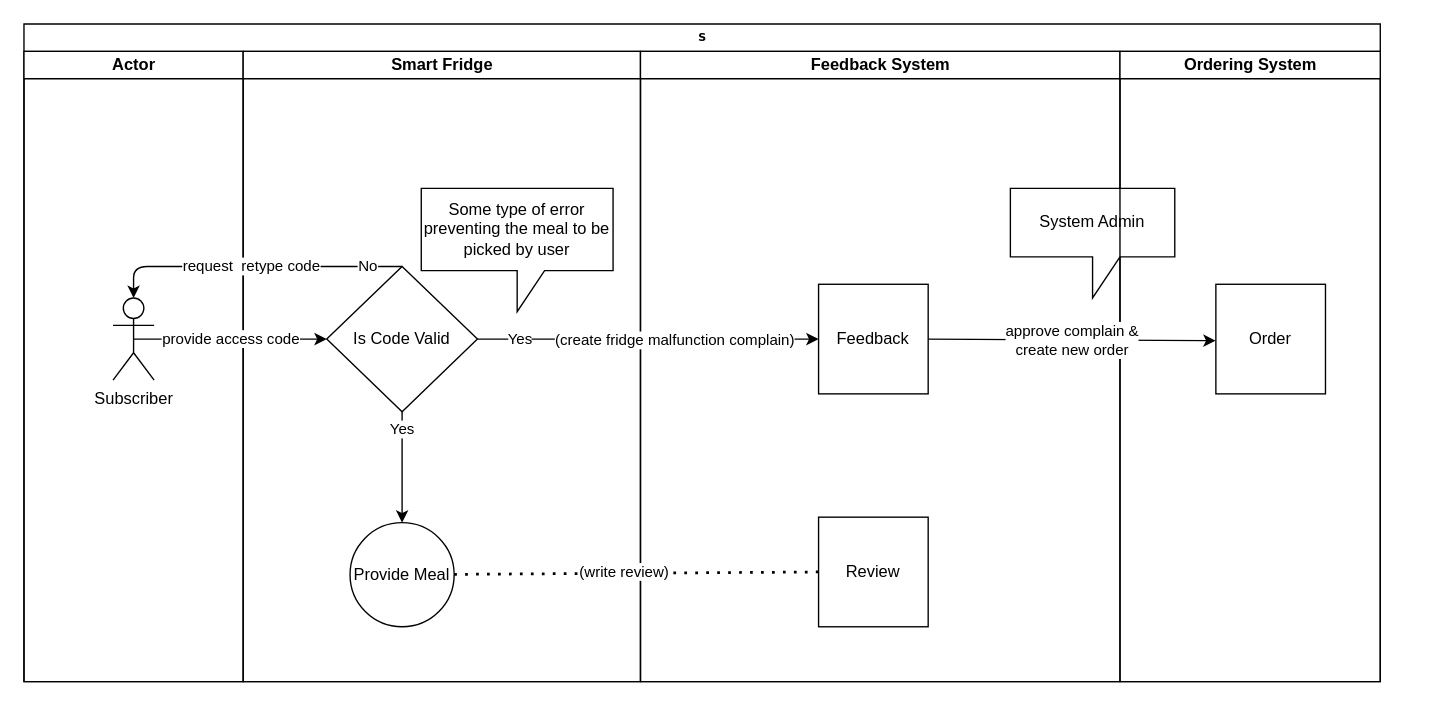
Before: img/user journey/Error - Subscriber.drawio in ldynia/archcolider, a draw.io diagram. Source tidied: cells renumbered, new cells numbered last; positions are measured from the earlier drawing's top-left corner, leaving out a move shared by most shapes. Both pictures are drawn from the tidied source at 137%, with x=0, y=0 at pixel (23, 23).
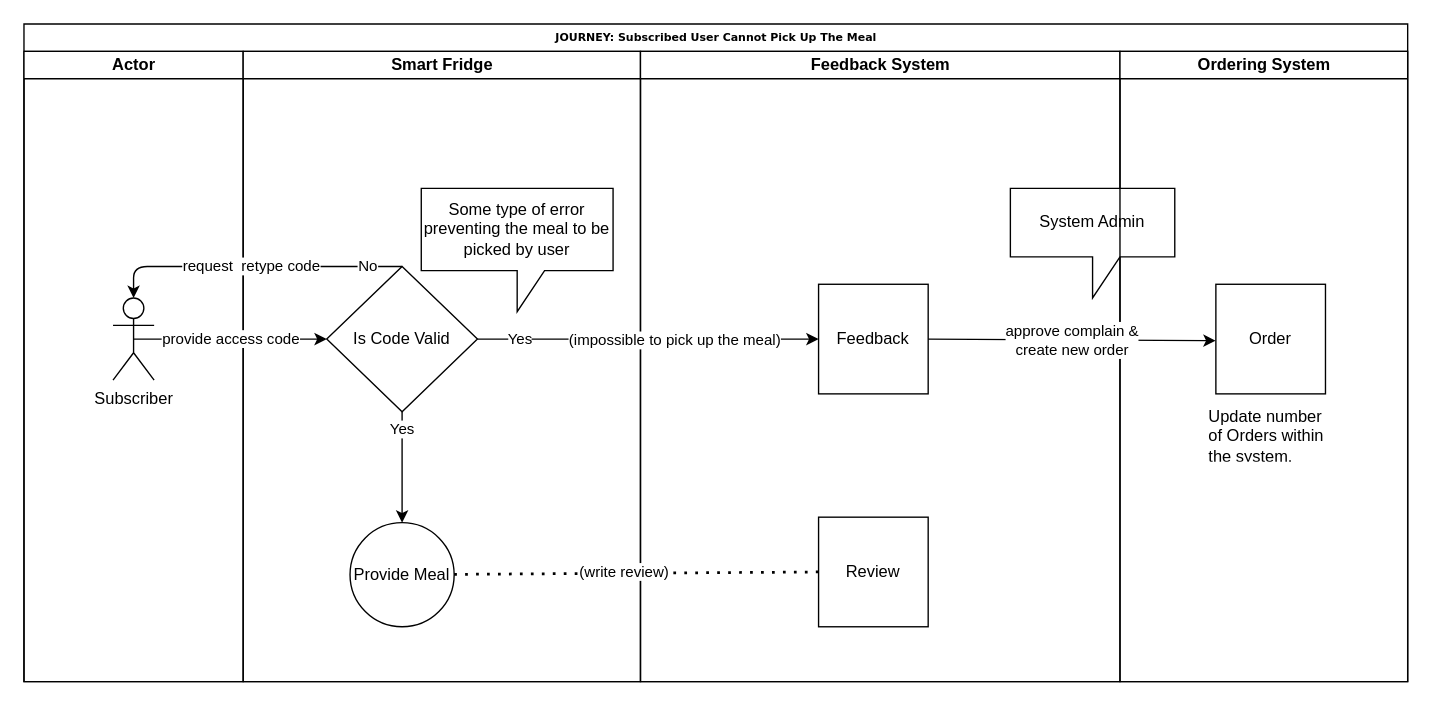
The same diagram, later.

Unchanged cells that the change refers to:
```xml
<mxCell id="18" value="&lt;div&gt;Yes&lt;/div&gt;" style="endArrow=classic;html=1;exitX=1;exitY=0.5;exitDx=0;exitDy=0;" parent="2" edge="1" source="6" target="12">
  <mxGeometry x="-0.75" relative="1" as="geometry">
    <Array as="points">
      <mxPoint x="350" y="230" />
    </Array>
  </mxGeometry>
</mxCell>
```

Change to the diagram source:
```diff
@@
-    <mxCell id="2" value="S" style="swimlane;html=1;startSize=20;rounded=0;shadow=0;labelBackgroundColor=none;strokeWidth=1;fontFamily=Verdana;fontSize=8;align=center;" parent="1" vertex="1">
-      <mxGeometry width="990" height="480" as="geometry" />
+    <mxCell id="2" value="JOURNEY: Subscribed User Cannot Pick Up The Meal" style="swimlane;html=1;startSize=20;rounded=0;shadow=0;labelBackgroundColor=none;strokeWidth=1;fontFamily=Verdana;fontSize=8;align=center;" parent="1" vertex="1">
+      <mxGeometry width="1010" height="480" as="geometry" />
     </mxCell>
@@
     <mxCell id="14" value="Ordering System" style="swimlane;html=1;startSize=20;" parent="2" vertex="1">
-      <mxGeometry x="800" y="20" width="190" height="460" as="geometry" />
+      <mxGeometry x="800" y="20" width="210" height="460" as="geometry" />
     </mxCell>
@@
+    <mxCell id="23" value="Update number of Orders within the system. " style="text;html=1;strokeColor=none;fillColor=none;spacing=5;spacingTop=-20;whiteSpace=wrap;overflow=hidden;rounded=0;" parent="14" vertex="1">
+      <mxGeometry x="60" y="270" width="100" height="30" as="geometry" />
+    </mxCell>
@@
-    <mxCell id="19" value="(create fridge malfunction complain)" style="edgeLabel;html=1;align=center;verticalAlign=middle;" parent="18" vertex="1">
+    <mxCell id="19" value="(impossible to pick up the meal)" style="edgeLabel;html=1;align=center;verticalAlign=middle;" parent="18" vertex="1">
       <mxGeometry x="0.15" relative="1" as="geometry" />
     </mxCell>
```
